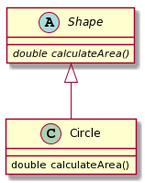
Earlier version of the PlantUML export uml.png (Papaserver/learn-about-shapes). Source of this version:
```plantuml
@startuml
Shape <|-- Circle

abstract class Shape {
  {abstract} double calculateArea()
}

class Circle {
  double calculateArea()
}
@enduml
```
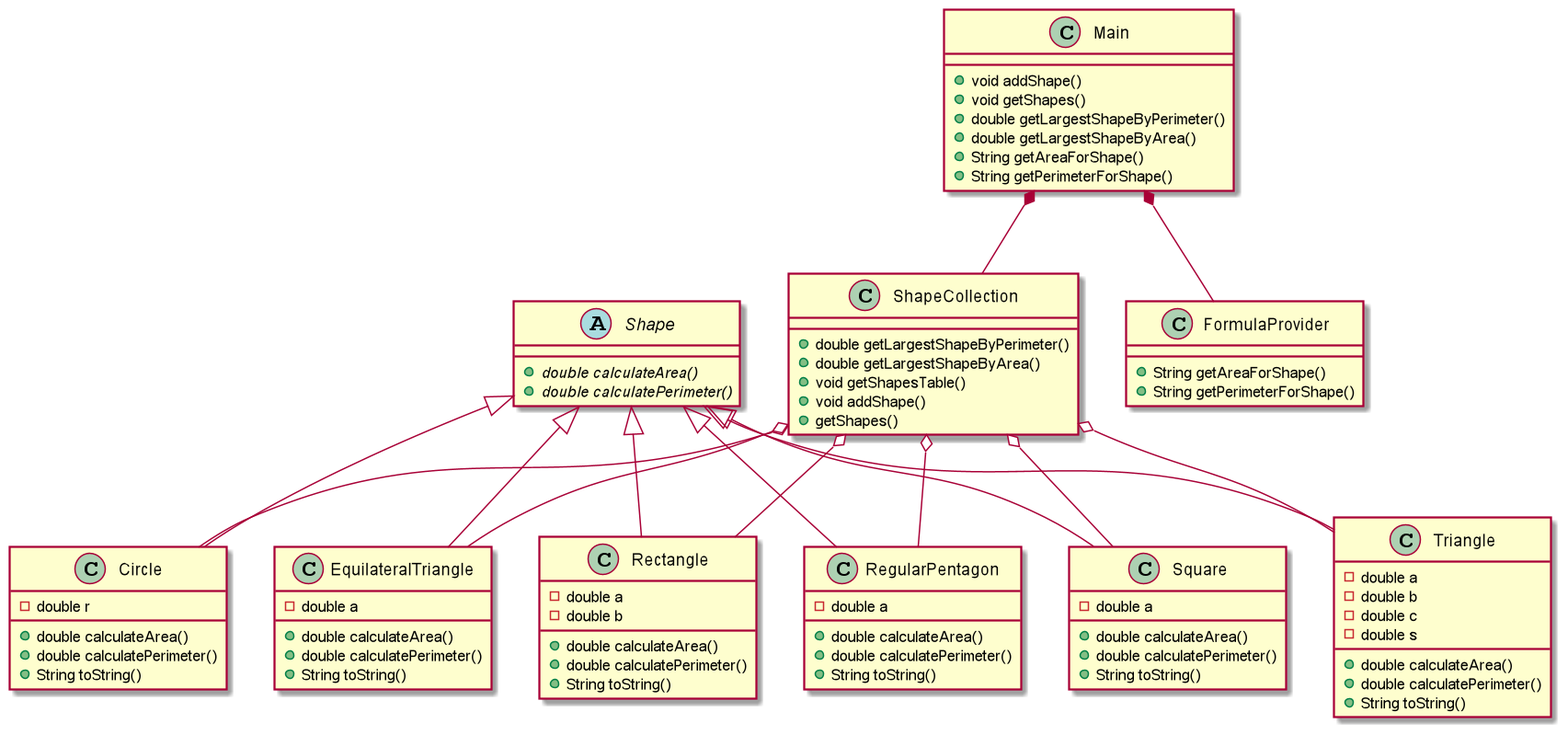
After the change.

What changed in the source:
```diff
@@ -1,11 +1,87 @@
 @startuml
 Shape <|-- Circle
+Shape <|-- EquilateralTriangle
+Shape <|-- Rectangle
+Shape <|-- RegularPentagon
+Shape <|-- Square
+Shape <|-- Triangle
 
 abstract class Shape {
-  {abstract} double calculateArea()
+  + {abstract} double calculateArea()
+  + {abstract} double calculatePerimeter()
 }
 
 class Circle {
-  double calculateArea()
+  - {field} double r
+  + double calculateArea()
+  + double calculatePerimeter()
+  + String toString()
 }
+class EquilateralTriangle{
+  - {field} double a
+  + double calculateArea()
+  + double calculatePerimeter()
+  + String toString()
+}
+class Rectangle{
+  - {field} double a
+  - {field} double b
+  + double calculateArea()
+  + double calculatePerimeter()
+  + String toString()
+}
+class RegularPentagon{
+  - {field} double a
+  + double calculateArea()
+  + double calculatePerimeter()
+  + String toString()
+}
+class Square{
+  - {field} double a
+  + double calculateArea()
+  + double calculatePerimeter()
+  + String toString()
+}
+class Triangle{
+  - {field} double a
+  - {field} double b
+  - {field} double c
+  - {field} double s
+  + double calculateArea()
+  + double calculatePerimeter()
+  + String toString()
+}
+
+ShapeCollection o-- Circle
+ShapeCollection o-- EquilateralTriangle
+ShapeCollection o-- Rectangle
+ShapeCollection o-- RegularPentagon
+ShapeCollection o-- Square
+ShapeCollection o-- Triangle
+
+class ShapeCollection {
+  + double getLargestShapeByPerimeter()
+  + double getLargestShapeByArea()
+  + void getShapesTable()
+  + void addShape()
+  + getShapes()
+}
+
+Main *-- ShapeCollection
+Main *-- FormulaProvider
+
+class Main{
+  + void addShape()
+  + void getShapes()
+  + double getLargestShapeByPerimeter()
+  + double getLargestShapeByArea()
+  + String getAreaForShape()
+  + String getPerimeterForShape()
+}
+
+class FormulaProvider {
+  + String getAreaForShape()
+  + String getPerimeterForShape()
+}
+
 @enduml
```
